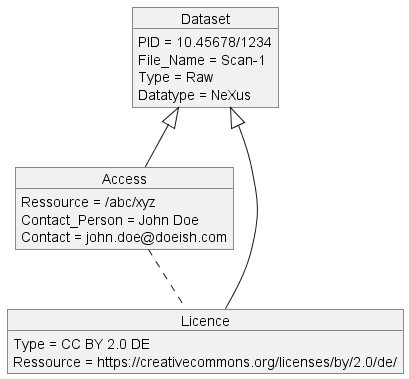
The PlantUML diagram classDiagram_lvl1_minimalMetadateUseCaseP08.png in PhilippJo/Metadataschema4DAPHNE, before a commit. Source of this version:
```plantuml
@startUML

object "Dataset" as dset1
object "Access" as acs1
object "Licence" as lic1

dset1 : PID = 10.45678/1234
dset1 : File_Name = Scan-1
dset1 : Type = Raw
dset1 : Datatype = NeXus
acs1 : Ressource = /abc/xyz
acs1 : Contact_Person = John Doe
acs1 : Contact = john.doe@doeish.com
lic1 : Type = CC BY 2.0 DE
lic1 : Ressource = https://creativecommons.org/licenses/by/2.0/de/

dset1 <|-- acs1
dset1 <|-- lic1
acs1 .. lic1

@endUML
```
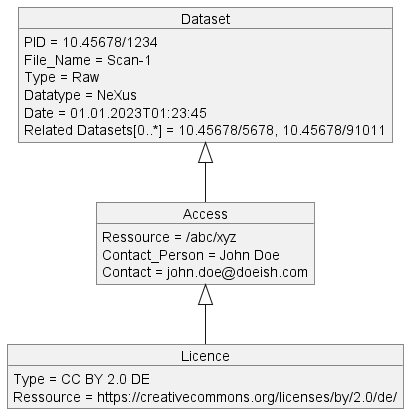
Above is the later version.

Change to the diagram source:
```diff
@@ -8,6 +8,8 @@
 dset1 : File_Name = Scan-1
 dset1 : Type = Raw
 dset1 : Datatype = NeXus
+dset1 : Date = 01.01.2023T01:23:45
+dset1 : Related Datasets[0..*] = 10.45678/5678, 10.45678/91011
 acs1 : Ressource = /abc/xyz
 acs1 : Contact_Person = John Doe
 acs1 : Contact = john.doe@doeish.com
@@ -15,7 +17,6 @@
 lic1 : Ressource = https://creativecommons.org/licenses/by/2.0/de/
 
 dset1 <|-- acs1
-dset1 <|-- lic1
-acs1 .. lic1
+acs1 <|-- lic1
 
 @endUML
```
